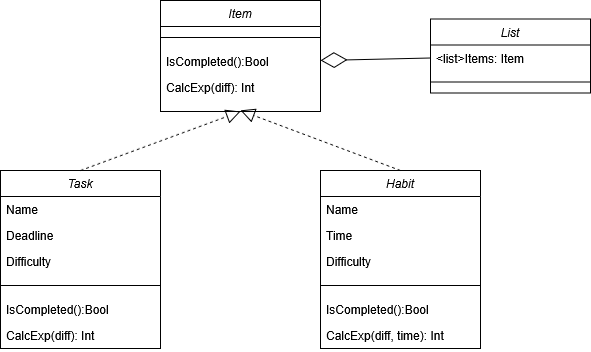
Earlier version of the draw.io export Diagrams/Class_Items.drawio.png (Fabiancipher/Habitra). Source tidied: cells renumbered, new cells last; positions are measured from the earlier drawing's top-left corner, leaving out a move shared by most shapes. The source it was exported from:
```xml
<mxGraphModel>
  <root>
    <mxCell id="0" />
    <mxCell id="1" parent="0" />
    <mxCell id="2" value="Item" style="swimlane;fontStyle=2;align=center;verticalAlign=top;horizontal=1;startSize=26;rounded=0;shadow=0;strokeWidth=1;" parent="1" vertex="1">
      <mxGeometry x="160" width="160" height="111" as="geometry" />
    </mxCell>
    <mxCell id="3" style="line;html=1;strokeWidth=1;align=left;verticalAlign=middle;spacingTop=-1;spacingLeft=3;spacingRight=3;labelPosition=right;" parent="2" vertex="1">
      <mxGeometry y="26" width="160" height="22" as="geometry" />
    </mxCell>
    <mxCell id="4" value="IsCompleted():Bool" style="text;align=left;verticalAlign=top;spacingLeft=4;spacingRight=4;overflow=hidden;" parent="2" vertex="1">
      <mxGeometry y="48" width="160" height="26" as="geometry" />
    </mxCell>
    <mxCell id="5" value="CalcExp(diff): Int" style="text;align=left;verticalAlign=top;spacingLeft=4;spacingRight=4;overflow=hidden;" parent="2" vertex="1">
      <mxGeometry y="74" width="160" height="26" as="geometry" />
    </mxCell>
    <mxCell id="6" value="List" style="swimlane;fontStyle=2;align=center;verticalAlign=top;horizontal=1;startSize=26;rounded=0;shadow=0;strokeWidth=1;" parent="1" vertex="1">
      <mxGeometry x="430" y="18.5" width="160" height="74" as="geometry" />
    </mxCell>
    <mxCell id="7" value="&lt;list&gt;Items: Item" style="text;align=left;verticalAlign=top;spacingLeft=4;spacingRight=4;overflow=hidden;points=[[0,0.5],[1,0.5]];portConstraint=eastwest;" parent="6" vertex="1">
      <mxGeometry y="26" width="160" height="26" as="geometry" />
    </mxCell>
    <mxCell id="8" style="line;html=1;strokeWidth=1;align=left;verticalAlign=middle;spacingTop=-1;spacingLeft=3;spacingRight=3;labelPosition=right;" parent="6" vertex="1">
      <mxGeometry y="52" width="160" height="22" as="geometry" />
    </mxCell>
    <mxCell id="9" value="Task" style="swimlane;fontStyle=2;align=center;verticalAlign=top;horizontal=1;startSize=26;rounded=0;shadow=0;strokeWidth=1;" parent="1" vertex="1">
      <mxGeometry y="170" width="160" height="178" as="geometry" />
    </mxCell>
    <mxCell id="10" value="Name" style="text;align=left;verticalAlign=top;spacingLeft=4;spacingRight=4;overflow=hidden;" parent="9" vertex="1">
      <mxGeometry y="26" width="160" height="26" as="geometry" />
    </mxCell>
    <mxCell id="11" value="Deadline" style="text;align=left;verticalAlign=top;spacingLeft=4;spacingRight=4;overflow=hidden;" parent="9" vertex="1">
      <mxGeometry y="52" width="160" height="26" as="geometry" />
    </mxCell>
    <mxCell id="12" value="Difficulty" style="text;align=left;verticalAlign=top;spacingLeft=4;spacingRight=4;overflow=hidden;" parent="9" vertex="1">
      <mxGeometry y="78" width="160" height="26" as="geometry" />
    </mxCell>
    <mxCell id="13" style="line;html=1;strokeWidth=1;align=left;verticalAlign=middle;spacingTop=-1;spacingLeft=3;spacingRight=3;labelPosition=right;" parent="9" vertex="1">
      <mxGeometry y="104" width="160" height="22" as="geometry" />
    </mxCell>
    <mxCell id="14" value="IsCompleted():Bool" style="text;align=left;verticalAlign=top;spacingLeft=4;spacingRight=4;overflow=hidden;" parent="9" vertex="1">
      <mxGeometry y="126" width="160" height="26" as="geometry" />
    </mxCell>
    <mxCell id="15" value="CalcExp(diff): Int" style="text;align=left;verticalAlign=top;spacingLeft=4;spacingRight=4;overflow=hidden;" parent="9" vertex="1">
      <mxGeometry y="152" width="160" height="26" as="geometry" />
    </mxCell>
    <mxCell id="16" value="Habit" style="swimlane;fontStyle=2;align=center;verticalAlign=top;horizontal=1;startSize=26;rounded=0;shadow=0;strokeWidth=1;" parent="1" vertex="1">
      <mxGeometry x="320" y="170" width="160" height="178" as="geometry" />
    </mxCell>
    <mxCell id="17" value="Name" style="text;align=left;verticalAlign=top;spacingLeft=4;spacingRight=4;overflow=hidden;" parent="16" vertex="1">
      <mxGeometry y="26" width="160" height="26" as="geometry" />
    </mxCell>
    <mxCell id="18" value="Time" style="text;align=left;verticalAlign=top;spacingLeft=4;spacingRight=4;overflow=hidden;" parent="16" vertex="1">
      <mxGeometry y="52" width="160" height="26" as="geometry" />
    </mxCell>
    <mxCell id="19" value="Difficulty" style="text;align=left;verticalAlign=top;spacingLeft=4;spacingRight=4;overflow=hidden;" parent="16" vertex="1">
      <mxGeometry y="78" width="160" height="26" as="geometry" />
    </mxCell>
    <mxCell id="20" style="line;html=1;strokeWidth=1;align=left;verticalAlign=middle;spacingTop=-1;spacingLeft=3;spacingRight=3;labelPosition=right;" parent="16" vertex="1">
      <mxGeometry y="104" width="160" height="22" as="geometry" />
    </mxCell>
    <mxCell id="21" value="IsCompleted():Bool" style="text;align=left;verticalAlign=top;spacingLeft=4;spacingRight=4;overflow=hidden;" parent="16" vertex="1">
      <mxGeometry y="126" width="160" height="26" as="geometry" />
    </mxCell>
    <mxCell id="22" value="CalcExp(diff, time): Int" style="text;align=left;verticalAlign=top;spacingLeft=4;spacingRight=4;overflow=hidden;" parent="16" vertex="1">
      <mxGeometry y="152" width="160" height="26" as="geometry" />
    </mxCell>
    <mxCell id="23" style="endArrow=block;dashed=1;endFill=0;endSize=12;html=1;rounded=0;entryX=0.5;entryY=1;entryDx=0;entryDy=0;exitX=0.5;exitY=0;exitDx=0;exitDy=0;" parent="1" edge="1" source="9" target="2">
      <mxGeometry relative="1" as="geometry" />
    </mxCell>
    <mxCell id="24" style="endArrow=block;dashed=1;endFill=0;endSize=12;html=1;rounded=0;exitX=0.5;exitY=0;exitDx=0;exitDy=0;" parent="1" edge="1" source="16">
      <mxGeometry relative="1" as="geometry">
        <mxPoint x="240" y="110" as="targetPoint" />
      </mxGeometry>
    </mxCell>
    <mxCell id="25" style="endArrow=diamondThin;endFill=0;endSize=24;html=1;rounded=0;exitX=0;exitY=0.5;exitDx=0;exitDy=0;" parent="1" edge="1" source="7">
      <mxGeometry relative="1" as="geometry">
        <mxPoint x="320" y="60" as="targetPoint" />
      </mxGeometry>
    </mxCell>
  </root>
</mxGraphModel>
```
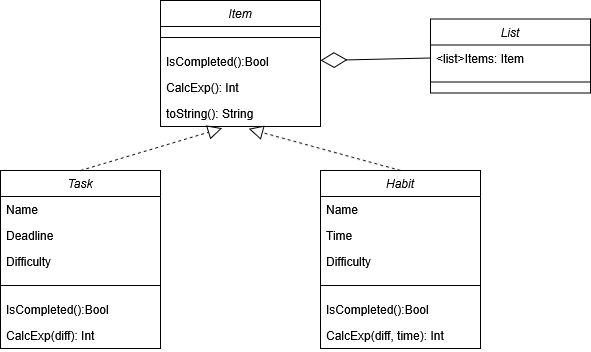
The same diagram one commit later.

The edit, as a diff of the source:
```diff
@@ -3,7 +3,7 @@
     <mxCell id="0" />
     <mxCell id="1" parent="0" />
     <mxCell id="2" value="Item" style="swimlane;fontStyle=2;align=center;verticalAlign=top;horizontal=1;startSize=26;rounded=0;shadow=0;strokeWidth=1;" parent="1" vertex="1">
-      <mxGeometry x="160" width="160" height="111" as="geometry" />
+      <mxGeometry x="160" width="160" height="126" as="geometry" />
     </mxCell>
     <mxCell id="3" style="line;html=1;strokeWidth=1;align=left;verticalAlign=middle;spacingTop=-1;spacingLeft=3;spacingRight=3;labelPosition=right;" parent="2" vertex="1">
       <mxGeometry y="26" width="160" height="22" as="geometry" />
@@ -11,9 +11,12 @@
     <mxCell id="4" value="IsCompleted():Bool" style="text;align=left;verticalAlign=top;spacingLeft=4;spacingRight=4;overflow=hidden;" parent="2" vertex="1">
       <mxGeometry y="48" width="160" height="26" as="geometry" />
     </mxCell>
-    <mxCell id="5" value="CalcExp(diff): Int" style="text;align=left;verticalAlign=top;spacingLeft=4;spacingRight=4;overflow=hidden;" parent="2" vertex="1">
+    <mxCell id="5" value="CalcExp(): Int" style="text;align=left;verticalAlign=top;spacingLeft=4;spacingRight=4;overflow=hidden;" parent="2" vertex="1">
       <mxGeometry y="74" width="160" height="26" as="geometry" />
     </mxCell>
+    <mxCell id="26" value="toString(): String" style="text;align=left;verticalAlign=top;spacingLeft=4;spacingRight=4;overflow=hidden;points=[[0,0.5],[1,0.5]];portConstraint=eastwest;" parent="2" vertex="1">
+      <mxGeometry y="100" width="160" height="26" as="geometry" />
+    </mxCell>
     <mxCell id="6" value="List" style="swimlane;fontStyle=2;align=center;verticalAlign=top;horizontal=1;startSize=26;rounded=0;shadow=0;strokeWidth=1;" parent="1" vertex="1">
       <mxGeometry x="430" y="18.5" width="160" height="74" as="geometry" />
     </mxCell>
@@ -65,13 +68,11 @@
     <mxCell id="22" value="CalcExp(diff, time): Int" style="text;align=left;verticalAlign=top;spacingLeft=4;spacingRight=4;overflow=hidden;" parent="16" vertex="1">
       <mxGeometry y="152" width="160" height="26" as="geometry" />
     </mxCell>
-    <mxCell id="23" style="endArrow=block;dashed=1;endFill=0;endSize=12;html=1;rounded=0;entryX=0.5;entryY=1;entryDx=0;entryDy=0;exitX=0.5;exitY=0;exitDx=0;exitDy=0;" parent="1" edge="1" source="9" target="2">
+    <mxCell id="23" style="endArrow=block;dashed=1;endFill=0;endSize=12;html=1;rounded=0;exitX=0.5;exitY=0;exitDx=0;exitDy=0;entryX=0.386;entryY=1.062;entryDx=0;entryDy=0;entryPerimeter=0;" parent="1" edge="1" source="9" target="26">
       <mxGeometry relative="1" as="geometry" />
     </mxCell>
-    <mxCell id="24" style="endArrow=block;dashed=1;endFill=0;endSize=12;html=1;rounded=0;exitX=0.5;exitY=0;exitDx=0;exitDy=0;" parent="1" edge="1" source="16">
-      <mxGeometry relative="1" as="geometry">
-        <mxPoint x="240" y="110" as="targetPoint" />
-      </mxGeometry>
+    <mxCell id="24" style="endArrow=block;dashed=1;endFill=0;endSize=12;html=1;rounded=0;exitX=0.5;exitY=0;exitDx=0;exitDy=0;entryX=0.551;entryY=1.092;entryDx=0;entryDy=0;entryPerimeter=0;" parent="1" edge="1" source="16" target="26">
+      <mxGeometry relative="1" as="geometry" />
     </mxCell>
     <mxCell id="25" style="endArrow=diamondThin;endFill=0;endSize=24;html=1;rounded=0;exitX=0;exitY=0.5;exitDx=0;exitDy=0;" parent="1" edge="1" source="7">
       <mxGeometry relative="1" as="geometry">
```
